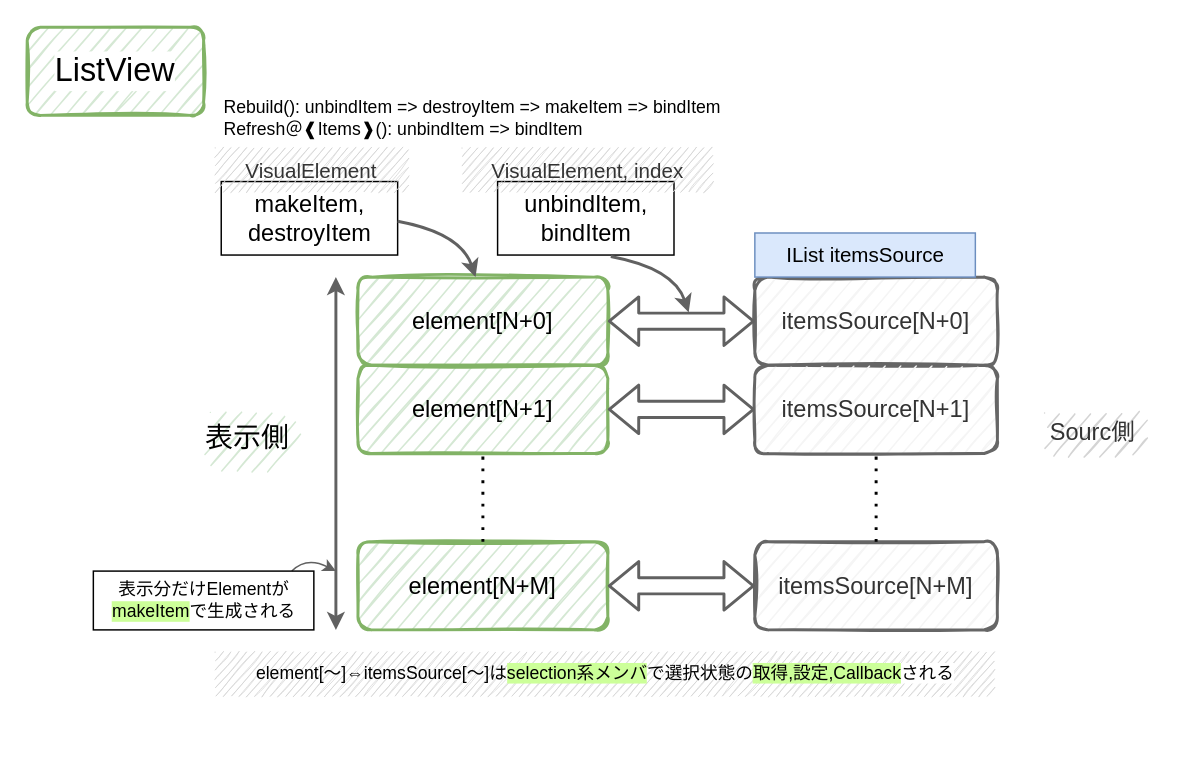
Before: page "ページ17" (15 of 17) of Unity_memo/画像/構成図.drawio in asreia/Hub, a draw.io diagram. Source tidied: cells renumbered, new cells numbered last; positions are measured from the earlier drawing's top-left corner, leaving out a move shared by most shapes. Both pictures are drawn from the tidied source at 147%, with x=0, y=0 at pixel (26, 26).
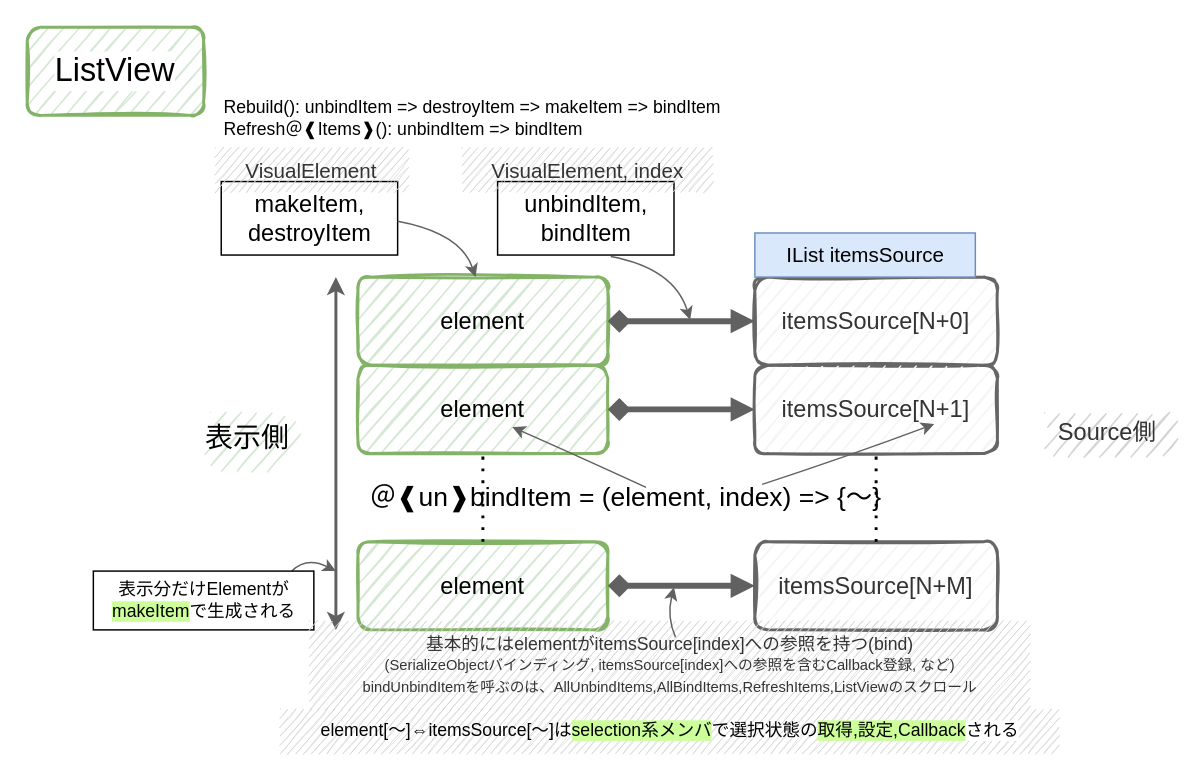
The same page after the edit.

Unchanged cells that the change refers to:
```xml
<mxCell id="6" value="itemsSource[N+0]" style="rounded=1;whiteSpace=wrap;html=1;fillColor=#f5f5f5;strokeColor=#666666;sketch=1;strokeWidth=2;shadow=0;fontFamily=UD デジタル 教科書体 NK-B;fontSize=16;fontColor=#333333;align=center;" parent="1" vertex="1">
  <mxGeometry x="495" y="170" width="165" height="60" as="geometry" />
</mxCell>
```

Change to the diagram source:
```diff
@@
-    <mxCell id="2" value="element[N+0]" style="rounded=1;whiteSpace=wrap;html=1;fillColor=#d5e8d4;strokeColor=#82b366;sketch=1;strokeWidth=2;shadow=0;fontFamily=UD デジタル 教科書体 NK-B;fontSize=16;fontColor=#000000;align=center;" parent="1" vertex="1">
+    <mxCell id="2" value="element" style="rounded=1;whiteSpace=wrap;html=1;fillColor=#d5e8d4;strokeColor=#82b366;sketch=1;strokeWidth=2;shadow=0;fontFamily=UD デジタル 教科書体 NK-B;fontSize=16;fontColor=#000000;align=center;" parent="1" vertex="1">
       <mxGeometry x="225" y="170" width="170" height="60" as="geometry" />
     </mxCell>
-    <mxCell id="3" value="element[N+1]" style="rounded=1;whiteSpace=wrap;html=1;fillColor=#d5e8d4;strokeColor=#82b366;sketch=1;strokeWidth=2;shadow=0;fontFamily=UD デジタル 教科書体 NK-B;fontSize=16;fontColor=#000000;align=center;" parent="1" vertex="1">
+    <mxCell id="3" value="element" style="rounded=1;whiteSpace=wrap;html=1;fillColor=#d5e8d4;strokeColor=#82b366;sketch=1;strokeWidth=2;shadow=0;fontFamily=UD デジタル 教科書体 NK-B;fontSize=16;fontColor=#000000;align=center;" parent="1" vertex="1">
       <mxGeometry x="225" y="230" width="170" height="60" as="geometry" />
     </mxCell>
-    <mxCell id="4" value="element[N+M]" style="rounded=1;whiteSpace=wrap;html=1;fillColor=#d5e8d4;strokeColor=#82b366;sketch=1;strokeWidth=2;shadow=0;fontFamily=UD デジタル 教科書体 NK-B;fontSize=16;fontColor=#000000;align=center;" parent="1" vertex="1">
+    <mxCell id="4" value="element" style="rounded=1;whiteSpace=wrap;html=1;fillColor=#d5e8d4;strokeColor=#82b366;sketch=1;strokeWidth=2;shadow=0;fontFamily=UD デジタル 教科書体 NK-B;fontSize=16;fontColor=#000000;align=center;" parent="1" vertex="1">
       <mxGeometry x="225" y="350" width="170" height="60" as="geometry" />
     </mxCell>
@@
-    <mxCell id="10" style="shape=flexArrow;endArrow=classic;html=1;rounded=1;shadow=0;sketch=0;fontFamily=UD デジタル 教科書体 NK-B;fontSize=16;fontColor=default;strokeColor=#616161;strokeWidth=2;curved=1;entryX=0;entryY=0.5;entryDx=0;entryDy=0;exitX=1;exitY=0.5;exitDx=0;exitDy=0;startArrow=block;" parent="1" edge="1" source="2" target="6">
+    <mxCell id="10" style="endArrow=block;html=1;rounded=1;shadow=0;sketch=0;fontFamily=UD デジタル 教科書体 NK-B;fontSize=16;fontColor=default;strokeColor=#616161;strokeWidth=4;startArrow=diamond;startFill=1;endFill=1;align=center;" parent="1" edge="1" source="2" target="6">
       <mxGeometry relative="1" as="geometry" />
     </mxCell>
-    <mxCell id="11" style="shape=flexArrow;endArrow=classic;html=1;rounded=1;shadow=0;sketch=0;fontFamily=UD デジタル 教科書体 NK-B;fontSize=16;fontColor=default;strokeColor=#616161;strokeWidth=2;curved=1;entryX=0;entryY=0.5;entryDx=0;entryDy=0;exitX=1;exitY=0.5;exitDx=0;exitDy=0;startArrow=block;" parent="1" edge="1">
+    <mxCell id="11" style="endArrow=block;html=1;rounded=1;shadow=0;sketch=0;fontFamily=UD デジタル 教科書体 NK-B;fontSize=16;fontColor=default;strokeColor=#616161;strokeWidth=4;startArrow=diamond;startFill=1;endFill=1;align=center;" parent="1" edge="1">
       <mxGeometry relative="1" as="geometry">
         <mxPoint x="395" y="260" as="sourcePoint" />
         <mxPoint x="495" y="260" as="targetPoint" />
       </mxGeometry>
     </mxCell>
-    <mxCell id="12" style="shape=flexArrow;endArrow=classic;html=1;rounded=1;shadow=0;sketch=0;fontFamily=UD デジタル 教科書体 NK-B;fontSize=16;fontColor=default;strokeColor=#616161;strokeWidth=2;curved=1;entryX=0;entryY=0.5;entryDx=0;entryDy=0;exitX=1;exitY=0.5;exitDx=0;exitDy=0;startArrow=block;" parent="1" edge="1">
+    <mxCell id="12" style="endArrow=block;html=1;rounded=1;shadow=0;sketch=0;fontFamily=UD デジタル 教科書体 NK-B;fontSize=16;fontColor=default;strokeColor=#616161;strokeWidth=4;startArrow=diamond;startFill=1;endFill=1;align=center;" parent="1" edge="1">
       <mxGeometry relative="1" as="geometry">
         <mxPoint x="395" y="380" as="sourcePoint" />
         <mxPoint x="495" y="380" as="targetPoint" />
       </mxGeometry>
     </mxCell>
@@
-    <mxCell id="15" style="endArrow=classic;html=1;rounded=1;shadow=0;sketch=0;fontFamily=UD デジタル 教科書体 NK-B;fontSize=16;fontColor=default;strokeColor=#616161;strokeWidth=2;curved=1;exitX=0.642;exitY=1.04;exitDx=0;exitDy=0;exitPerimeter=0;" parent="1" edge="1">
+    <mxCell id="15" style="endArrow=classic;html=1;rounded=1;shadow=0;sketch=0;fontFamily=UD デジタル 教科書体 NK-B;fontSize=16;fontColor=default;strokeColor=#616161;strokeWidth=1;curved=1;exitX=0.642;exitY=1.04;exitDx=0;exitDy=0;exitPerimeter=0;" parent="1" edge="1">
       <mxGeometry relative="1" as="geometry">
         <mxPoint x="397" y="156" as="sourcePoint" />
-        <mxPoint x="450" y="194" as="targetPoint" />
+        <mxPoint x="451" y="199" as="targetPoint" />
         <Array as="points">
           <mxPoint x="440" y="164" />
         </Array>
       </mxGeometry>
     </mxCell>
@@
-    <mxCell id="17" style="endArrow=classic;html=1;rounded=1;shadow=0;sketch=0;fontFamily=UD デジタル 教科書体 NK-B;fontSize=16;fontColor=default;strokeColor=#616161;strokeWidth=2;curved=1;exitX=0.642;exitY=1.04;exitDx=0;exitDy=0;exitPerimeter=0;" parent="1" edge="1">
+    <mxCell id="17" style="endArrow=classic;html=1;rounded=1;shadow=0;sketch=0;fontFamily=UD デジタル 教科書体 NK-B;fontSize=16;fontColor=default;strokeColor=#616161;strokeWidth=1;curved=1;exitX=0.642;exitY=1.04;exitDx=0;exitDy=0;exitPerimeter=0;" parent="1" edge="1">
       <mxGeometry relative="1" as="geometry">
         <mxPoint x="252" y="132" as="sourcePoint" />
         <mxPoint x="305" y="170" as="targetPoint" />
         <Array as="points">
           <mxPoint x="295" y="140" />
         </Array>
       </mxGeometry>
     </mxCell>
@@
-    <mxCell id="21" value="Sourc側" style="rounded=1;whiteSpace=wrap;html=1;fillColor=#D4D4D4;strokeColor=none;sketch=1;strokeWidth=2;shadow=0;fontFamily=UD デジタル 教科書体 NK-B;fontSize=16;fontColor=#333333;arcSize=30;" parent="1" vertex="1">
-      <mxGeometry x="690" y="260" width="70" height="30" as="geometry" />
+    <mxCell id="21" value="Source側" style="rounded=1;whiteSpace=wrap;html=1;fillColor=#D4D4D4;strokeColor=none;sketch=1;strokeWidth=2;shadow=0;fontFamily=UD デジタル 教科書体 NK-B;fontSize=16;fontColor=#333333;arcSize=30;" parent="1" vertex="1">
+      <mxGeometry x="690" y="260" width="90" height="30" as="geometry" />
     </mxCell>
@@
     <mxCell id="26" value="element[～]⇔itemsSource[～]は&lt;span style=&quot;background-color: rgb(204, 255, 153);&quot;&gt;selection系メンバ&lt;/span&gt;で選択状態の&lt;span style=&quot;background-color: rgb(204, 255, 153);&quot;&gt;取得,設定,Callback&lt;/span&gt;&lt;span style=&quot;background-color: rgb(255, 255, 255);&quot;&gt;される&lt;/span&gt;" style="text;html=1;align=center;verticalAlign=middle;strokeColor=none;fillColor=#D4D4D4;fontSize=12;fontFamily=UD デジタル 教科書体 NK-B;fontColor=none;sketch=1;" parent="1" vertex="1">
-      <mxGeometry x="128" y="425" width="530" height="30" as="geometry" />
+      <mxGeometry x="172" y="464" width="530" height="30" as="geometry" />
     </mxCell>
@@
+    <mxCell id="28" value="＠❰un❱bindItem = (element, index) =&amp;gt; {～}" style="text;html=1;align=center;verticalAlign=middle;strokeColor=none;fillColor=none;fontFamily=UD デジタル 教科書体 NK-B;fontSize=18;" parent="1" vertex="1">
+      <mxGeometry x="197" y="300" width="420" height="40" as="geometry" />
+    </mxCell>
+    <mxCell id="29" style="endArrow=classic;html=1;shadow=0;sketch=0;fontFamily=UD デジタル 教科書体 NK-B;fontSize=16;fontColor=default;strokeColor=#616161;strokeWidth=1;curved=1;" parent="1" edge="1">
+      <mxGeometry relative="1" as="geometry">
+        <mxPoint x="421" y="313" as="sourcePoint" />
+        <mxPoint x="330" y="272" as="targetPoint" />
+        <Array as="points">
+          <mxPoint x="373" y="291" />
+        </Array>
+      </mxGeometry>
+    </mxCell>
+    <mxCell id="30" style="endArrow=classic;html=1;shadow=0;sketch=0;fontFamily=UD デジタル 教科書体 NK-B;fontSize=16;fontColor=default;strokeColor=#616161;strokeWidth=1;curved=1;" parent="1" edge="1">
+      <mxGeometry relative="1" as="geometry">
+        <mxPoint x="500" y="311" as="sourcePoint" />
+        <mxPoint x="617" y="270" as="targetPoint" />
+        <Array as="points">
+          <mxPoint x="558" y="292" />
+        </Array>
+      </mxGeometry>
+    </mxCell>
+    <mxCell id="31" value="基本的にはelementがitemsSource[index]への参照を持つ(bind)&lt;br style=&quot;font-size: 12px;&quot;&gt;&lt;font style=&quot;&quot;&gt;&lt;span style=&quot;font-size: 10px;&quot;&gt;(SerializeObjectバインディング, itemsSource[index]への参照を含むCallback登録, など)&lt;/span&gt;&lt;br&gt;&lt;span style=&quot;font-size: 10px;&quot;&gt;bindUnbindItemを呼ぶのは、AllUnbindItems,AllBindItems,RefreshItems,ListViewのスクロール&lt;/span&gt;&lt;br&gt;&lt;/font&gt;" style="text;html=1;align=center;verticalAlign=middle;strokeColor=none;fillColor=#D4D4D4;fontSize=12;fontFamily=UD デジタル 教科書体 NK-B;fontColor=#333333;sketch=1;rounded=0;" parent="1" vertex="1">
+      <mxGeometry x="192" y="404" width="490" height="60" as="geometry" />
+    </mxCell>
+    <mxCell id="32" style="endArrow=classic;html=1;rounded=1;shadow=0;sketch=0;fontFamily=UD デジタル 教科書体 NK-B;fontSize=16;fontColor=default;strokeColor=#616161;strokeWidth=1;curved=1;" parent="1" edge="1">
+      <mxGeometry relative="1" as="geometry">
+        <mxPoint x="441" y="415" as="sourcePoint" />
+        <mxPoint x="440" y="381" as="targetPoint" />
+        <Array as="points">
+          <mxPoint x="435" y="401" />
+        </Array>
+      </mxGeometry>
+    </mxCell>
```
